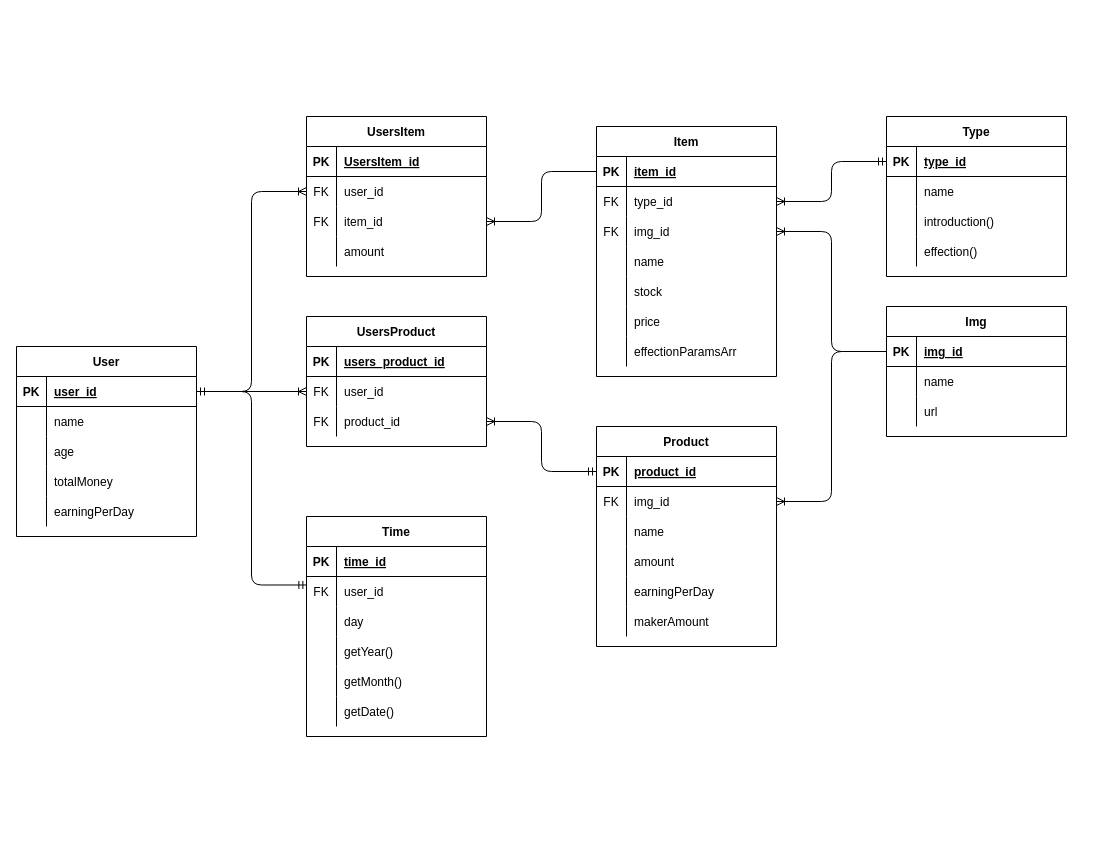
mcnLeandro/Clicker-Empire-Game keeps this draw.io diagram as ER.drawio. Above is the earlier version. Source tidied: cells renumbered, new cells numbered last; positions are measured from the earlier drawing's top-left corner, leaving out a move shared by most shapes. Both pictures are drawn from the tidied source at 100%, with x=0, y=0 at pixel (16, 116).
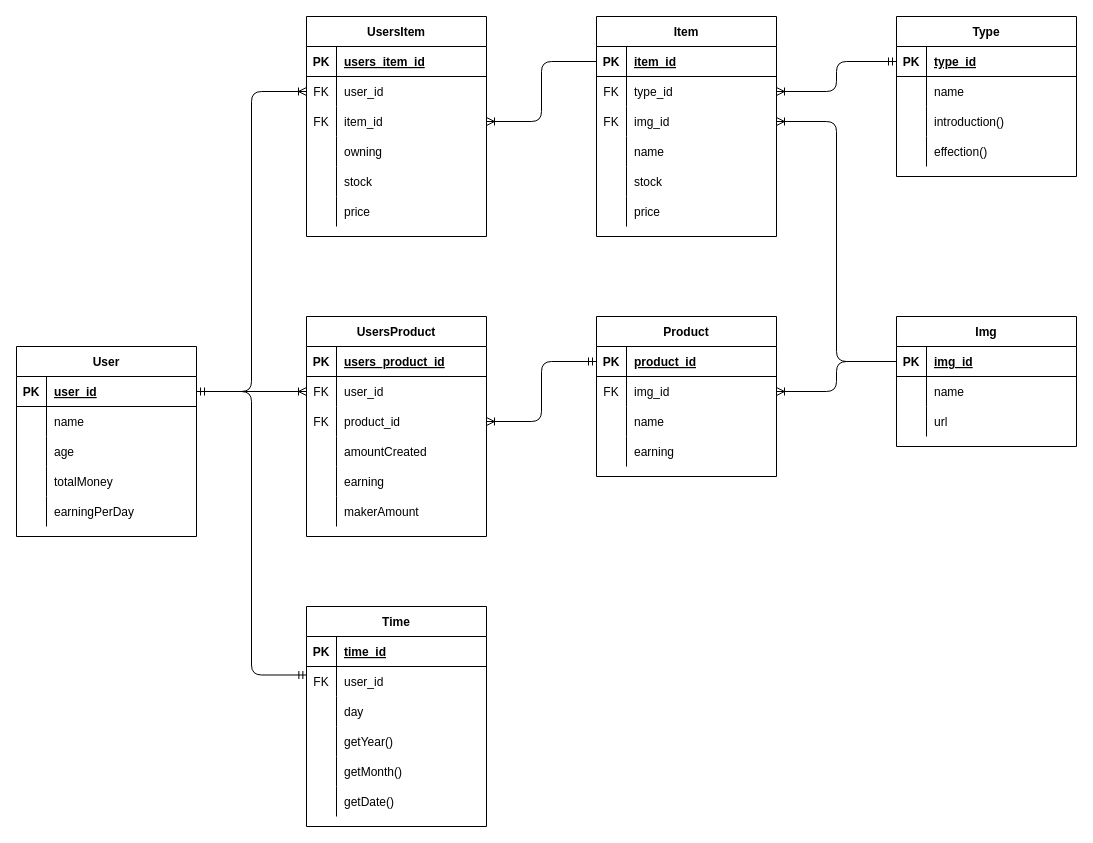
The same diagram, later.

Commit message (it also covers changes not shown here):
ER図、modelの変更

Unchanged cells that the change refers to:
```xml
<mxCell id="73" style="shape=partialRectangle;fillColor=none;top=0;left=0;bottom=1;right=0;" parent="72" vertex="1">
  <mxGeometry y="30" width="180" height="30" as="geometry" />
</mxCell>
<mxCell id="82" style="shape=partialRectangle;fillColor=none;top=0;left=0;bottom=0;right=0;" parent="72" vertex="1">
  <mxGeometry y="120" width="180" height="30" as="geometry" />
</mxCell>
```

What changed in the source:
```diff
@@
     <mxCell id="18" value="Item" style="shape=table;startSize=30;childLayout=tableLayout;rowLines=0;fontStyle=1;align=center;" parent="1" vertex="1">
-      <mxGeometry x="580" y="10" width="180" height="250" as="geometry" />
+      <mxGeometry x="580" y="-100" width="180" height="220" as="geometry" />
     </mxCell>
@@
-    <mxCell id="37" style="shape=partialRectangle;fillColor=none;top=0;left=0;bottom=0;right=0;" parent="18" vertex="1">
-      <mxGeometry y="210" width="180" height="30" as="geometry" />
-    </mxCell>
-    <mxCell id="38" style="shape=partialRectangle;fillColor=none;top=0;left=0;bottom=0;right=0;overflow=hidden;" parent="37" vertex="1">
-      <mxGeometry width="30" height="30" as="geometry" />
-    </mxCell>
-    <mxCell id="39" value="effectionParamsArr" style="shape=partialRectangle;fillColor=none;top=0;left=0;bottom=0;right=0;align=left;spacingLeft=6;overflow=hidden;" parent="37" vertex="1">
-      <mxGeometry x="30" width="150" height="30" as="geometry" />
-    </mxCell>
     <mxCell id="40" value="Time" style="shape=table;startSize=30;childLayout=tableLayout;rowLines=0;fontStyle=1;align=center;" parent="1" vertex="1">
-      <mxGeometry x="290" y="400" width="180" height="220" as="geometry" />
+      <mxGeometry x="290" y="490" width="180" height="220" as="geometry" />
     </mxCell>
@@
     <mxCell id="59" value="Type" style="shape=table;startSize=30;childLayout=tableLayout;rowLines=0;fontStyle=1;align=center;" parent="1" vertex="1">
-      <mxGeometry x="870" width="180" height="160" as="geometry" />
+      <mxGeometry x="880" y="-100" width="180" height="160" as="geometry" />
     </mxCell>
@@
     <mxCell id="72" value="UsersItem" style="shape=table;startSize=30;childLayout=tableLayout;rowLines=0;fontStyle=1;align=center;" parent="1" vertex="1">
-      <mxGeometry x="290" width="180" height="160" as="geometry" />
+      <mxGeometry x="290" y="-100" width="180" height="220" as="geometry" />
     </mxCell>
@@
-    <mxCell id="75" value="UsersItem_id" style="shape=partialRectangle;fillColor=none;top=0;left=0;bottom=0;right=0;align=left;spacingLeft=6;fontStyle=5;overflow=hidden;" parent="73" vertex="1">
+    <mxCell id="75" value="users_item_id" style="shape=partialRectangle;fillColor=none;top=0;left=0;bottom=0;right=0;align=left;spacingLeft=6;fontStyle=5;overflow=hidden;" parent="73" vertex="1">
       <mxGeometry x="30" width="150" height="30" as="geometry" />
     </mxCell>
@@
-    <mxCell id="84" value="amount" style="shape=partialRectangle;fillColor=none;top=0;left=0;bottom=0;right=0;align=left;spacingLeft=6;overflow=hidden;" parent="82" vertex="1">
+    <mxCell id="84" value="owning" style="shape=partialRectangle;fillColor=none;top=0;left=0;bottom=0;right=0;align=left;spacingLeft=6;overflow=hidden;" parent="82" vertex="1">
       <mxGeometry x="30" width="150" height="30" as="geometry" />
     </mxCell>
+    <mxCell id="132" style="shape=partialRectangle;fillColor=none;top=0;left=0;bottom=0;right=0;" parent="72" vertex="1">
+      <mxGeometry y="150" width="180" height="30" as="geometry" />
+    </mxCell>
+    <mxCell id="133" style="shape=partialRectangle;fillColor=none;top=0;left=0;bottom=0;right=0;overflow=hidden;" parent="132" vertex="1">
+      <mxGeometry width="30" height="30" as="geometry" />
+    </mxCell>
+    <mxCell id="134" value="stock" style="shape=partialRectangle;fillColor=none;top=0;left=0;bottom=0;right=0;align=left;spacingLeft=6;overflow=hidden;" parent="132" vertex="1">
+      <mxGeometry x="30" width="150" height="30" as="geometry" />
+    </mxCell>
+    <mxCell id="135" style="shape=partialRectangle;fillColor=none;top=0;left=0;bottom=0;right=0;" parent="72" vertex="1">
+      <mxGeometry y="180" width="180" height="30" as="geometry" />
+    </mxCell>
+    <mxCell id="136" style="shape=partialRectangle;fillColor=none;top=0;left=0;bottom=0;right=0;overflow=hidden;" parent="135" vertex="1">
+      <mxGeometry width="30" height="30" as="geometry" />
+    </mxCell>
+    <mxCell id="137" value="price" style="shape=partialRectangle;fillColor=none;top=0;left=0;bottom=0;right=0;align=left;spacingLeft=6;overflow=hidden;" parent="135" vertex="1">
+      <mxGeometry x="30" width="150" height="30" as="geometry" />
+    </mxCell>
     <mxCell id="85" value="Product" style="shape=table;startSize=30;childLayout=tableLayout;rowLines=0;fontStyle=1;align=center;" parent="1" vertex="1">
-      <mxGeometry x="580" y="310" width="180" height="220" as="geometry" />
+      <mxGeometry x="580" y="200" width="180" height="160" as="geometry" />
     </mxCell>
@@
-    <mxCell id="95" style="shape=partialRectangle;fillColor=none;top=0;left=0;bottom=0;right=0;" parent="85" vertex="1">
-      <mxGeometry y="120" width="180" height="30" as="geometry" />
-    </mxCell>
-    <mxCell id="96" style="shape=partialRectangle;fillColor=none;top=0;left=0;bottom=0;right=0;overflow=hidden;" parent="95" vertex="1">
-      <mxGeometry width="30" height="30" as="geometry" />
-    </mxCell>
-    <mxCell id="97" value="amount" style="shape=partialRectangle;fillColor=none;top=0;left=0;bottom=0;right=0;align=left;spacingLeft=6;overflow=hidden;" parent="95" vertex="1">
-      <mxGeometry x="30" width="150" height="30" as="geometry" />
-    </mxCell>
     <mxCell id="98" style="shape=partialRectangle;fillColor=none;top=0;left=0;bottom=0;right=0;" parent="85" vertex="1">
-      <mxGeometry y="150" width="180" height="30" as="geometry" />
+      <mxGeometry y="120" width="180" height="30" as="geometry" />
     </mxCell>
@@
-    <mxCell id="100" value="earningPerDay" style="shape=partialRectangle;fillColor=none;top=0;left=0;bottom=0;right=0;align=left;spacingLeft=6;overflow=hidden;" parent="98" vertex="1">
+    <mxCell id="100" value="earning" style="shape=partialRectangle;fillColor=none;top=0;left=0;bottom=0;right=0;align=left;spacingLeft=6;overflow=hidden;" parent="98" vertex="1">
       <mxGeometry x="30" width="150" height="30" as="geometry" />
     </mxCell>
-    <mxCell id="101" style="shape=partialRectangle;fillColor=none;top=0;left=0;bottom=0;right=0;" parent="85" vertex="1">
-      <mxGeometry y="180" width="180" height="30" as="geometry" />
-    </mxCell>
-    <mxCell id="102" style="shape=partialRectangle;fillColor=none;top=0;left=0;bottom=0;right=0;overflow=hidden;" parent="101" vertex="1">
-      <mxGeometry width="30" height="30" as="geometry" />
-    </mxCell>
-    <mxCell id="103" value="makerAmount" style="shape=partialRectangle;fillColor=none;top=0;left=0;bottom=0;right=0;align=left;spacingLeft=6;overflow=hidden;" parent="101" vertex="1">
-      <mxGeometry x="30" width="150" height="30" as="geometry" />
-    </mxCell>
@@
     <mxCell id="110" value="UsersProduct" style="shape=table;startSize=30;childLayout=tableLayout;rowLines=0;fontStyle=1;align=center;" parent="1" vertex="1">
-      <mxGeometry x="290" y="200" width="180" height="130" as="geometry" />
+      <mxGeometry x="290" y="200" width="180" height="220" as="geometry" />
     </mxCell>
@@
+    <mxCell id="95" style="shape=partialRectangle;fillColor=none;top=0;left=0;bottom=0;right=0;" parent="110" vertex="1">
+      <mxGeometry y="120" width="180" height="30" as="geometry" />
+    </mxCell>
+    <mxCell id="138" style="shape=partialRectangle;fillColor=none;top=0;left=0;bottom=0;right=0;overflow=hidden;" parent="95" vertex="1">
+      <mxGeometry width="30" height="30" as="geometry" />
+    </mxCell>
+    <mxCell id="139" value="amountCreated" style="shape=partialRectangle;fillColor=none;top=0;left=0;bottom=0;right=0;align=left;spacingLeft=6;overflow=hidden;" parent="95" vertex="1">
+      <mxGeometry x="30" width="150" height="30" as="geometry" />
+    </mxCell>
+    <mxCell id="140" style="shape=partialRectangle;fillColor=none;top=0;left=0;bottom=0;right=0;" parent="110" vertex="1">
+      <mxGeometry y="150" width="180" height="30" as="geometry" />
+    </mxCell>
+    <mxCell id="141" style="shape=partialRectangle;fillColor=none;top=0;left=0;bottom=0;right=0;overflow=hidden;" parent="140" vertex="1">
+      <mxGeometry width="30" height="30" as="geometry" />
+    </mxCell>
+    <mxCell id="142" value="earning" style="shape=partialRectangle;fillColor=none;top=0;left=0;bottom=0;right=0;align=left;spacingLeft=6;overflow=hidden;" parent="140" vertex="1">
+      <mxGeometry x="30" width="150" height="30" as="geometry" />
+    </mxCell>
+    <mxCell id="143" style="shape=partialRectangle;fillColor=none;top=0;left=0;bottom=0;right=0;" parent="110" vertex="1">
+      <mxGeometry y="180" width="180" height="30" as="geometry" />
+    </mxCell>
+    <mxCell id="144" style="shape=partialRectangle;fillColor=none;top=0;left=0;bottom=0;right=0;overflow=hidden;" parent="143" vertex="1">
+      <mxGeometry width="30" height="30" as="geometry" />
+    </mxCell>
+    <mxCell id="103" value="makerAmount" style="shape=partialRectangle;fillColor=none;top=0;left=0;bottom=0;right=0;align=left;spacingLeft=6;overflow=hidden;" parent="143" vertex="1">
+      <mxGeometry x="30" width="150" height="30" as="geometry" />
+    </mxCell>
     <mxCell id="120" value="Img" style="shape=table;startSize=30;childLayout=tableLayout;rowLines=0;fontStyle=1;align=center;" parent="1" vertex="1">
-      <mxGeometry x="870" y="190" width="180" height="130" as="geometry" />
+      <mxGeometry x="880" y="200" width="180" height="130" as="geometry" />
     </mxCell>
```
